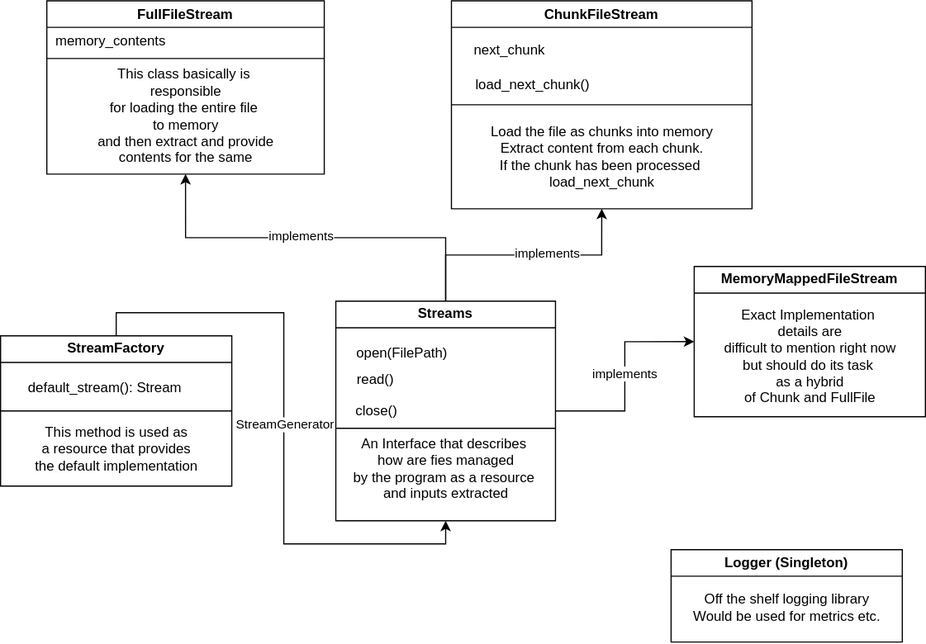
This is docs/ClassDiagrams.svg from CagesThrottleUs/ccwc, a draw.io export, as it was before one commit. Source tidied: cells renumbered, new cells last; positions are measured from the earlier drawing's top-left corner, leaving out a move shared by most shapes.
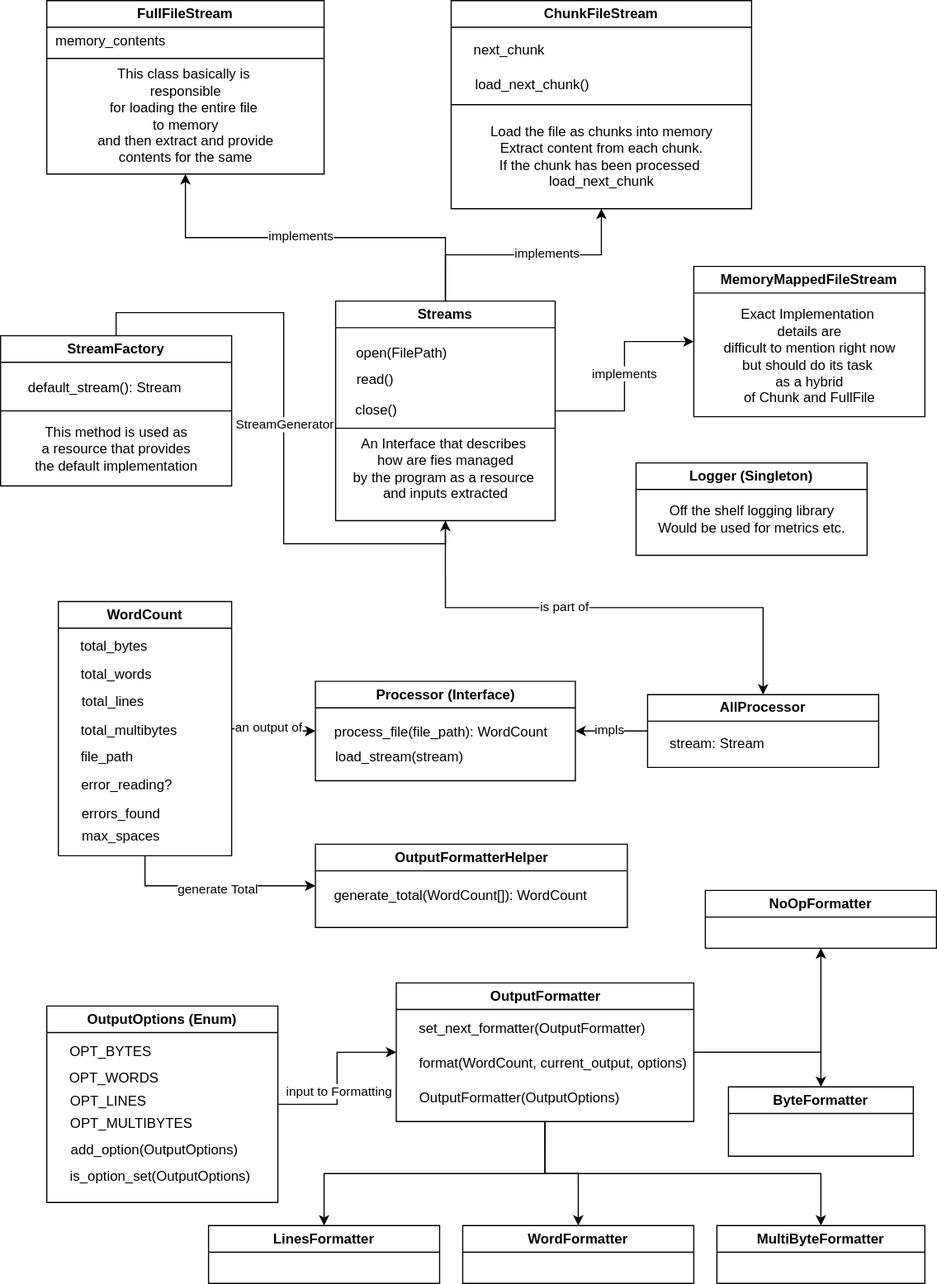
Later version of the same file.

Commit message:
complete classes document

What changed in the source:
```diff
@@ -20,6 +20,12 @@
     <mxCell id="7" value="implements" style="edgeLabel;html=1;align=center;verticalAlign=middle;" parent="6" vertex="1">
       <mxGeometry x="0.03" relative="1" as="geometry" />
     </mxCell>
+    <mxCell id="33" style="edgeStyle=orthogonalEdgeStyle;rounded=0;jettySize=auto;html=1;exitX=0.5;exitY=1;exitDx=0;exitDy=0;entryX=0.5;entryY=0;entryDx=0;entryDy=0;" parent="1" edge="1" source="8" target="52">
+      <mxGeometry relative="1" as="geometry" />
+    </mxCell>
+    <mxCell id="34" value="is part of" style="edgeLabel;html=1;align=center;verticalAlign=middle;" parent="33" vertex="1">
+      <mxGeometry x="-0.16" y="1" relative="1" as="geometry" />
+    </mxCell>
     <mxCell id="8" value="Streams" style="swimlane;whiteSpace=wrap;html=1;" parent="1" vertex="1">
       <mxGeometry x="290" y="260" width="190" height="190" as="geometry" />
     </mxCell>
@@ -96,10 +102,147 @@
       <mxGeometry relative="1" as="geometry" />
     </mxCell>
     <mxCell id="31" value="Logger (Singleton)" style="swimlane;whiteSpace=wrap;html=1;" parent="1" vertex="1">
-      <mxGeometry x="580" y="475" width="200" height="80" as="geometry" />
+      <mxGeometry x="550" y="400" width="200" height="80" as="geometry" />
     </mxCell>
     <mxCell id="32" value="Off the shelf logging library&lt;div&gt;Would be used for metrics etc.&lt;/div&gt;" style="text;html=1;align=center;verticalAlign=middle;strokeColor=none;fillColor=none;" parent="31" vertex="1">
-      <mxGeometry x="5" y="30" width="190" height="40" as="geometry" />
+      <mxGeometry x="5" y="29" width="190" height="40" as="geometry" />
     </mxCell>
+    <mxCell id="35" style="edgeStyle=orthogonalEdgeStyle;rounded=0;jettySize=auto;html=1;exitX=1;exitY=0.5;exitDx=0;exitDy=0;entryX=0;entryY=0.5;entryDx=0;entryDy=0;" parent="1" edge="1" source="39" target="47">
+      <mxGeometry relative="1" as="geometry" />
+    </mxCell>
+    <mxCell id="36" value="an output of" style="edgeLabel;html=1;align=center;verticalAlign=middle;" parent="35" vertex="1">
+      <mxGeometry x="-0.27" y="1" relative="1" as="geometry">
+        <mxPoint x="4" as="offset" />
+      </mxGeometry>
+    </mxCell>
+    <mxCell id="37" style="edgeStyle=orthogonalEdgeStyle;rounded=0;jettySize=auto;html=1;exitX=0.5;exitY=1;exitDx=0;exitDy=0;entryX=0;entryY=0.5;entryDx=0;entryDy=0;" parent="1" edge="1" source="39" target="73">
+      <mxGeometry relative="1" as="geometry" />
+    </mxCell>
+    <mxCell id="38" value="generate Total" style="edgeLabel;html=1;align=center;verticalAlign=middle;" parent="37" vertex="1">
+      <mxGeometry x="0.03" y="-3" relative="1" as="geometry" />
+    </mxCell>
+    <mxCell id="39" value="WordCount" style="swimlane;whiteSpace=wrap;html=1;" parent="1" vertex="1">
+      <mxGeometry x="50" y="520" width="150" height="220" as="geometry" />
+    </mxCell>
+    <mxCell id="40" value="total_bytes" style="text;html=1;align=center;verticalAlign=middle;strokeColor=none;fillColor=none;" parent="39" vertex="1">
+      <mxGeometry x="8" y="24" width="80" height="30" as="geometry" />
+    </mxCell>
+    <mxCell id="41" value="total_words" style="text;html=1;align=center;verticalAlign=middle;strokeColor=none;fillColor=none;" parent="39" vertex="1">
+      <mxGeometry x="10" y="48" width="80" height="30" as="geometry" />
+    </mxCell>
+    <mxCell id="42" value="total_lines" style="text;html=1;align=center;verticalAlign=middle;strokeColor=none;fillColor=none;" parent="39" vertex="1">
+      <mxGeometry x="7" y="72" width="80" height="30" as="geometry" />
+    </mxCell>
+    <mxCell id="43" value="file_path" style="text;html=1;align=center;verticalAlign=middle;strokeColor=none;fillColor=none;" parent="39" vertex="1">
+      <mxGeometry x="7" y="120" width="70" height="30" as="geometry" />
+    </mxCell>
+    <mxCell id="44" value="error_reading?" style="text;html=1;align=center;verticalAlign=middle;strokeColor=none;fillColor=none;" parent="39" vertex="1">
+      <mxGeometry x="9" y="144" width="100" height="30" as="geometry" />
+    </mxCell>
+    <mxCell id="45" value="errors_found" style="text;html=1;align=center;verticalAlign=middle;strokeColor=none;fillColor=none;" parent="39" vertex="1">
+      <mxGeometry x="9" y="169" width="90" height="30" as="geometry" />
+    </mxCell>
+    <mxCell id="46" value="total_multibytes" style="text;html=1;align=center;verticalAlign=middle;strokeColor=none;fillColor=none;" parent="1" vertex="1">
+      <mxGeometry x="56" y="617" width="110" height="30" as="geometry" />
+    </mxCell>
+    <mxCell id="47" value="Processor (Interface)" style="swimlane;whiteSpace=wrap;html=1;" parent="1" vertex="1">
+      <mxGeometry x="272.5" y="589" width="225" height="86" as="geometry" />
+    </mxCell>
+    <mxCell id="48" value="process_file(file_path): WordCount" style="text;html=1;align=center;verticalAlign=middle;strokeColor=none;fillColor=none;" parent="47" vertex="1">
+      <mxGeometry x="3" y="29" width="210" height="30" as="geometry" />
+    </mxCell>
+    <mxCell id="49" value="load_stream(stream)" style="text;html=1;align=center;verticalAlign=middle;strokeColor=none;fillColor=none;" parent="47" vertex="1">
+      <mxGeometry x="7" y="51" width="130" height="30" as="geometry" />
+    </mxCell>
+    <mxCell id="50" style="edgeStyle=orthogonalEdgeStyle;rounded=0;jettySize=auto;html=1;entryX=1;entryY=0.5;entryDx=0;entryDy=0;" parent="1" edge="1" source="52" target="47">
+      <mxGeometry relative="1" as="geometry" />
+    </mxCell>
+    <mxCell id="51" value="impls" style="edgeLabel;html=1;align=center;verticalAlign=middle;" parent="50" vertex="1">
+      <mxGeometry x="0.08" y="-1" relative="1" as="geometry" />
+    </mxCell>
+    <mxCell id="52" value="AllProcessor" style="swimlane;whiteSpace=wrap;html=1;" parent="1" vertex="1">
+      <mxGeometry x="560" y="600.5" width="200" height="63" as="geometry" />
+    </mxCell>
+    <mxCell id="53" value="stream: Stream" style="text;html=1;align=center;verticalAlign=middle;strokeColor=none;fillColor=none;" parent="52" vertex="1">
+      <mxGeometry x="5" y="27" width="110" height="30" as="geometry" />
+    </mxCell>
+    <mxCell id="54" style="edgeStyle=orthogonalEdgeStyle;rounded=0;jettySize=auto;html=1;entryX=0.5;entryY=1;entryDx=0;entryDy=0;" parent="1" edge="1" source="59" target="75">
+      <mxGeometry relative="1" as="geometry" />
+    </mxCell>
+    <mxCell id="55" style="edgeStyle=orthogonalEdgeStyle;rounded=0;jettySize=auto;html=1;entryX=0.5;entryY=0;entryDx=0;entryDy=0;" parent="1" edge="1" source="59" target="79">
+      <mxGeometry relative="1" as="geometry" />
+    </mxCell>
+    <mxCell id="56" style="edgeStyle=orthogonalEdgeStyle;rounded=0;jettySize=auto;html=1;exitX=0.5;exitY=1;exitDx=0;exitDy=0;entryX=0.5;entryY=0;entryDx=0;entryDy=0;" parent="1" edge="1" source="59" target="78">
+      <mxGeometry relative="1" as="geometry" />
+    </mxCell>
+    <mxCell id="57" style="edgeStyle=orthogonalEdgeStyle;rounded=0;jettySize=auto;html=1;entryX=0.5;entryY=0;entryDx=0;entryDy=0;" parent="1" edge="1" source="59" target="77">
+      <mxGeometry relative="1" as="geometry" />
+    </mxCell>
+    <mxCell id="58" style="edgeStyle=orthogonalEdgeStyle;rounded=0;jettySize=auto;html=1;exitX=0.5;exitY=1;exitDx=0;exitDy=0;" parent="1" edge="1" source="59" target="76">
+      <mxGeometry relative="1" as="geometry" />
+    </mxCell>
+    <mxCell id="59" value="OutputFormatter" style="swimlane;whiteSpace=wrap;html=1;" parent="1" vertex="1">
+      <mxGeometry x="342.5" y="850" width="257.5" height="120" as="geometry" />
+    </mxCell>
+    <mxCell id="60" value="set_next_formatter(OutputFormatter)" style="text;html=1;align=center;verticalAlign=middle;strokeColor=none;fillColor=none;" parent="59" vertex="1">
+      <mxGeometry x="7.5" y="25" width="220" height="30" as="geometry" />
+    </mxCell>
+    <mxCell id="61" value="format(WordCount, current_output, options)" style="text;html=1;align=center;verticalAlign=middle;strokeColor=none;fillColor=none;" parent="59" vertex="1">
+      <mxGeometry x="5.5" y="55" width="260" height="30" as="geometry" />
+    </mxCell>
+    <mxCell id="62" value="OutputFormatter(OutputOptions)" style="text;html=1;align=center;verticalAlign=middle;strokeColor=none;fillColor=none;" parent="59" vertex="1">
+      <mxGeometry x="6" y="85" width="200" height="30" as="geometry" />
+    </mxCell>
+    <mxCell id="63" style="edgeStyle=orthogonalEdgeStyle;rounded=0;jettySize=auto;html=1;entryX=0;entryY=0.5;entryDx=0;entryDy=0;" parent="1" edge="1" source="65" target="59">
+      <mxGeometry relative="1" as="geometry" />
+    </mxCell>
+    <mxCell id="64" value="input to Formatting" style="edgeLabel;html=1;align=center;verticalAlign=middle;" parent="63" vertex="1">
+      <mxGeometry x="-0.15" y="-1" relative="1" as="geometry" />
+    </mxCell>
+    <mxCell id="65" value="OutputOptions (Enum)" style="swimlane;whiteSpace=wrap;html=1;" parent="1" vertex="1">
+      <mxGeometry x="40" y="870" width="200" height="170" as="geometry" />
+    </mxCell>
+    <mxCell id="66" value="OPT_BYTES" style="text;html=1;align=center;verticalAlign=middle;strokeColor=none;fillColor=none;" parent="65" vertex="1">
+      <mxGeometry x="10" y="25" width="90" height="30" as="geometry" />
+    </mxCell>
+    <mxCell id="67" value="OPT_MULTIBYTES" style="text;html=1;align=center;verticalAlign=middle;strokeColor=none;fillColor=none;" parent="65" vertex="1">
+      <mxGeometry x="8" y="87" width="130" height="30" as="geometry" />
+    </mxCell>
+    <mxCell id="68" value="OPT_LINES" style="text;html=1;align=center;verticalAlign=middle;strokeColor=none;fillColor=none;" parent="65" vertex="1">
+      <mxGeometry x="8" y="68" width="90" height="30" as="geometry" />
+    </mxCell>
+    <mxCell id="69" value="OPT_WORDS" style="text;html=1;align=center;verticalAlign=middle;strokeColor=none;fillColor=none;" parent="65" vertex="1">
+      <mxGeometry x="8" y="48" width="100" height="30" as="geometry" />
+    </mxCell>
+    <mxCell id="70" value="add_option(OutputOptions)" style="text;html=1;align=center;verticalAlign=middle;strokeColor=none;fillColor=none;" parent="65" vertex="1">
+      <mxGeometry x="8" y="110" width="170" height="30" as="geometry" />
+    </mxCell>
+    <mxCell id="71" value="is_option_set(OutputOptions)" style="text;html=1;align=center;verticalAlign=middle;strokeColor=none;fillColor=none;" parent="65" vertex="1">
+      <mxGeometry x="8" y="133" width="180" height="30" as="geometry" />
+    </mxCell>
+    <mxCell id="72" value="max_spaces" style="text;html=1;align=center;verticalAlign=middle;strokeColor=none;fillColor=none;" parent="1" vertex="1">
+      <mxGeometry x="59" y="708" width="90" height="30" as="geometry" />
+    </mxCell>
+    <mxCell id="73" value="OutputFormatterHelper" style="swimlane;whiteSpace=wrap;html=1;" parent="1" vertex="1">
+      <mxGeometry x="272.5" y="730" width="270" height="72" as="geometry" />
+    </mxCell>
+    <mxCell id="74" value="generate_total(WordCount[]): WordCount" style="text;html=1;align=center;verticalAlign=middle;strokeColor=none;fillColor=none;" parent="73" vertex="1">
+      <mxGeometry x="5" y="30" width="240" height="30" as="geometry" />
+    </mxCell>
+    <mxCell id="75" value="NoOpFormatter" style="swimlane;whiteSpace=wrap;html=1;" parent="1" vertex="1">
+      <mxGeometry x="610" y="770" width="200" height="50" as="geometry" />
+    </mxCell>
+    <mxCell id="76" value="LinesFormatter" style="swimlane;whiteSpace=wrap;html=1;" parent="1" vertex="1">
+      <mxGeometry x="180" y="1060" width="200" height="50" as="geometry" />
+    </mxCell>
+    <mxCell id="77" value="WordFormatter" style="swimlane;whiteSpace=wrap;html=1;" parent="1" vertex="1">
+      <mxGeometry x="400" y="1060" width="200" height="50" as="geometry" />
+    </mxCell>
+    <mxCell id="78" value="MultiByteFormatter" style="swimlane;whiteSpace=wrap;html=1;" parent="1" vertex="1">
+      <mxGeometry x="620" y="1060" width="180" height="50" as="geometry" />
+    </mxCell>
+    <mxCell id="79" value="ByteFormatter" style="swimlane;whiteSpace=wrap;html=1;" parent="1" vertex="1">
+      <mxGeometry x="630" y="940" width="160" height="60" as="geometry" />
+    </mxCell>
   </root>
 </mxGraphModel>
```
